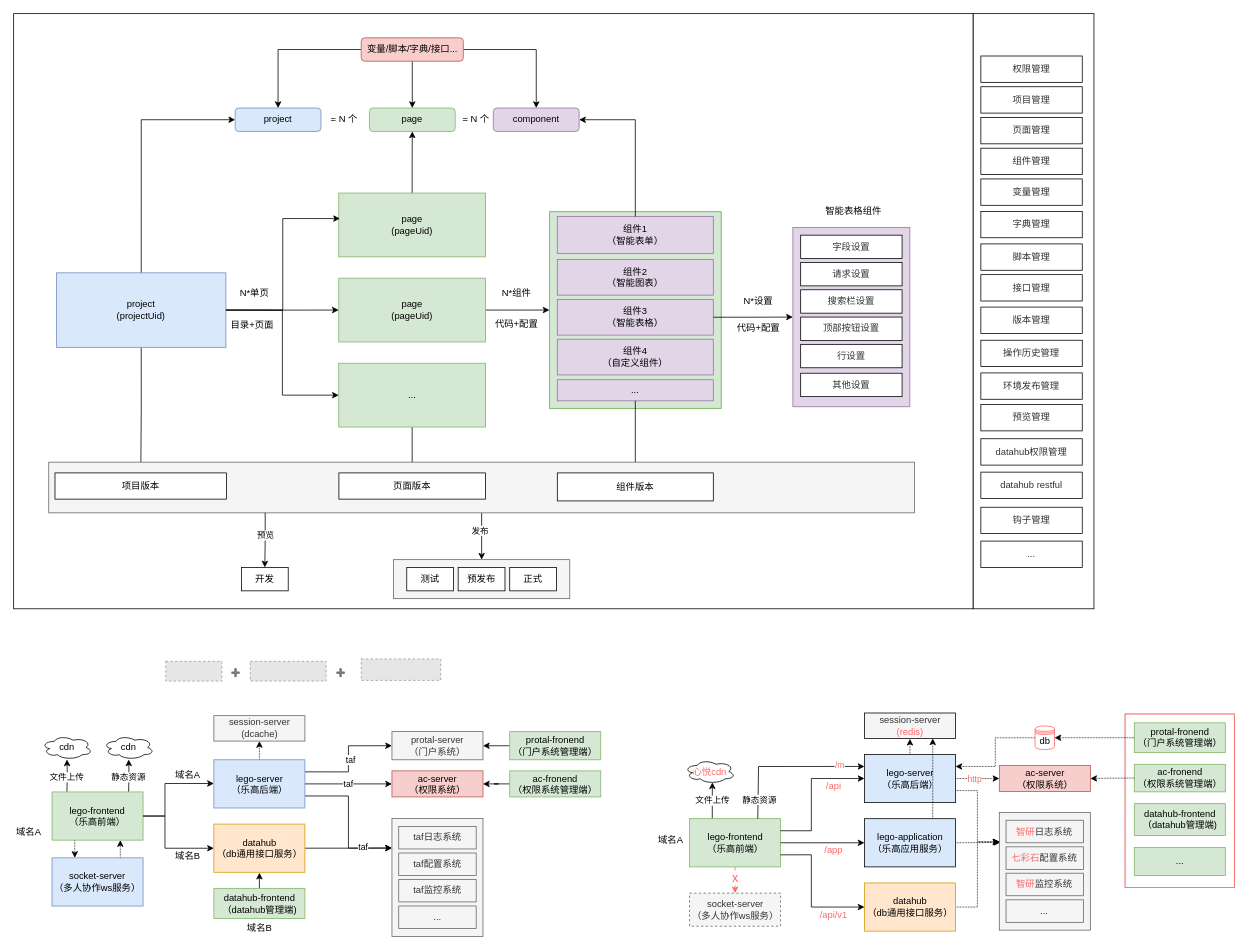
Earlier version of the draw.io diagram lego.drawio (axtrur/resource). Source tidied: cells renumbered, new cells numbered last; positions are measured from the earlier drawing's top-left corner, leaving out a move shared by most shapes. Both pictures are drawn from the tidied source at 78%, with x=0, y=0 at pixel (13, 13). Pictures stored in the file or linked from it are replaced by grey dashed boxes.
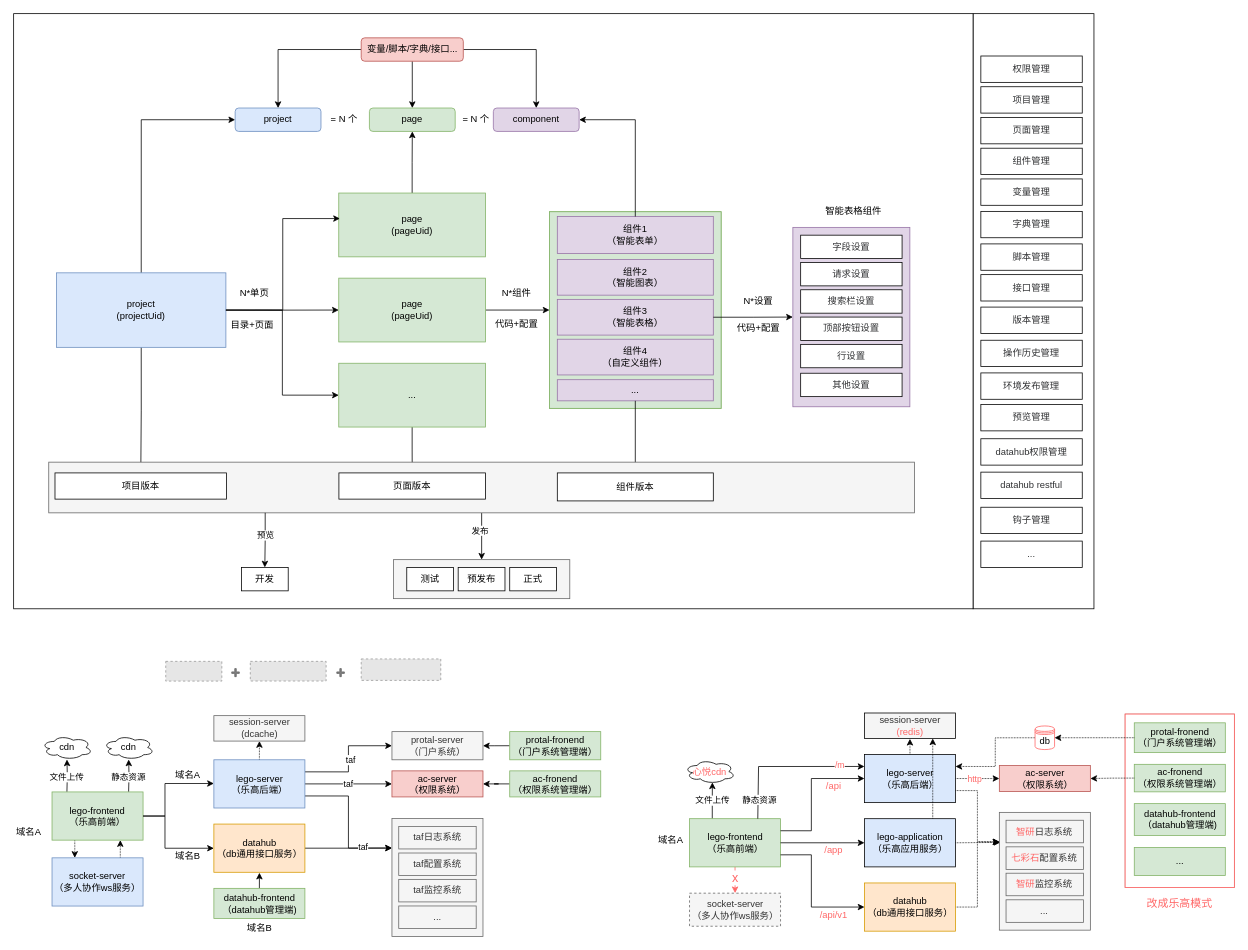
The same diagram, later.

The edit, as a diff of the source:
```diff
@@
+    <mxCell id="168" value="改成乐高模式" style="text;html=1;strokeColor=none;fillColor=none;align=center;verticalAlign=middle;whiteSpace=wrap;rounded=0;dashed=1;fontSize=14;fontColor=#FF6666;" parent="1" vertex="1">
+      <mxGeometry x="1445" y="1130.8" width="100" height="20" as="geometry" />
+    </mxCell>
```
